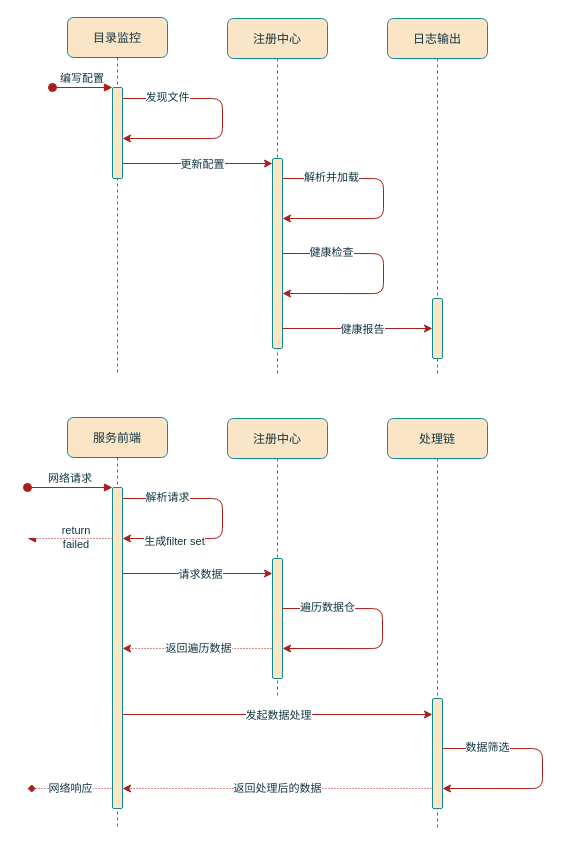
The draw.io diagram 统一数据源-业务序列图.drawio in SevDaisy/draw-io-lib, before the edit. Source tidied: cells renumbered, new cells numbered last; positions are measured from the earlier drawing's top-left corner, leaving out a move shared by most shapes. Both pictures are drawn from the tidied source at 100%, with x=0, y=0 at pixel (27, 17).
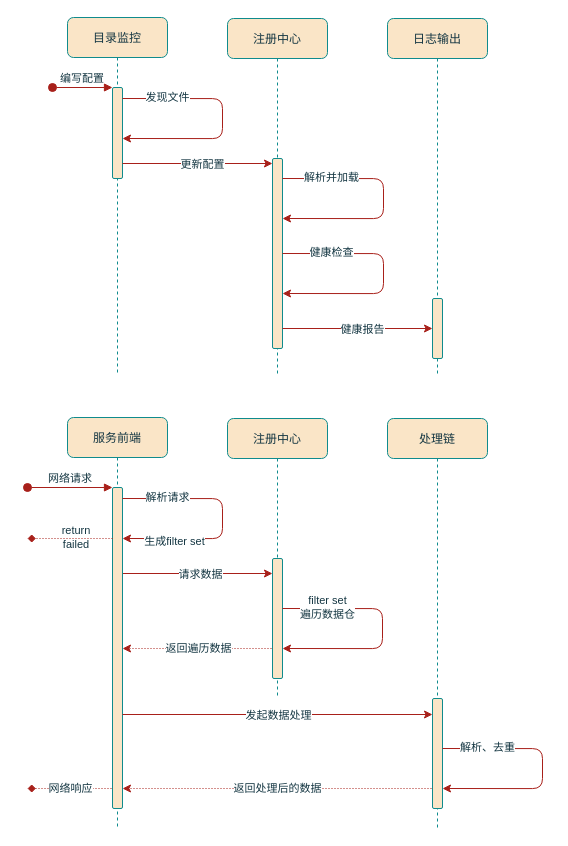
Above is the later version.

Commit message:
更新统一数据源-业务序列图.drawio

Unchanged cells that the change refers to:
```xml
<mxCell id="34" style="endArrow=classic;html=1;rounded=1;shadow=0;labelBackgroundColor=none;strokeColor=#A8201A;strokeWidth=1;fontFamily=Helvetica;fontSize=11;fontColor=#143642;endSize=6;shape=connector;exitX=0.995;exitY=0.052;exitDx=0;exitDy=0;exitPerimeter=0;" parent="1" edge="1">
  <mxGeometry relative="1" as="geometry">
    <mxPoint x="255" y="591" as="sourcePoint" />
    <mxPoint x="255" y="631" as="targetPoint" />
    <Array as="points">
      <mxPoint x="355" y="591.1" />
      <mxPoint x="355" y="631.1" />
    </Array>
  </mxGeometry>
</mxCell>
<mxCell id="40" style="endArrow=classic;html=1;rounded=1;shadow=0;labelBackgroundColor=none;strokeColor=#A8201A;strokeWidth=1;fontFamily=Helvetica;fontSize=11;fontColor=#143642;endSize=6;shape=connector;exitX=0.995;exitY=0.052;exitDx=0;exitDy=0;exitPerimeter=0;" parent="1" edge="1">
  <mxGeometry relative="1" as="geometry">
    <mxPoint x="415" y="731" as="sourcePoint" />
    <mxPoint x="415" y="771" as="targetPoint" />
    <Array as="points">
      <mxPoint x="515" y="731.1" />
      <mxPoint x="515" y="771.1" />
    </Array>
  </mxGeometry>
</mxCell>
```

Change to the diagram source:
```diff
@@
-    <mxCell id="31" style="group;" parent="1" vertex="1">
-      <mxGeometry y="505" width="85" height="30" as="geometry" />
-    </mxCell>
-    <mxCell id="32" style="endArrow=async;html=1;rounded=1;shadow=0;labelBackgroundColor=none;strokeColor=#A8201A;strokeWidth=1;fontFamily=Helvetica;fontSize=11;fontColor=#143642;endSize=6;shape=connector;entryX=-0.048;entryY=0.521;entryDx=0;entryDy=0;entryPerimeter=0;endFill=1;dashed=1;dashPattern=1 2;" parent="31" edge="1">
-      <mxGeometry relative="1" as="geometry">
-        <mxPoint x="85" y="16" as="sourcePoint" />
-        <mxPoint y="16" as="targetPoint" />
-      </mxGeometry>
-    </mxCell>
-    <mxCell id="33" value="return failed" style="text;html=1;strokeColor=none;fillColor=none;align=center;verticalAlign=middle;whiteSpace=wrap;rounded=0;fontFamily=Helvetica;fontSize=11;fontColor=#143642;" parent="31" vertex="1">
-      <mxGeometry x="19" width="60" height="30" as="geometry" />
-    </mxCell>
@@
-    <mxCell id="35" value="遍历数据仓" style="edgeLabel;html=1;align=center;verticalAlign=middle;fontSize=11;fontFamily=Helvetica;fontColor=#143642;" parent="34" vertex="1">
+    <mxCell id="35" value="filter set&lt;br&gt;遍历数据仓" style="edgeLabel;html=1;align=center;verticalAlign=middle;fontSize=11;fontFamily=Helvetica;fontColor=#143642;" parent="34" vertex="1">
       <mxGeometry x="-0.63" y="2" relative="1" as="geometry" />
     </mxCell>
@@
-    <mxCell id="41" value="数据筛选" style="edgeLabel;html=1;align=center;verticalAlign=middle;fontSize=11;fontFamily=Helvetica;fontColor=#143642;" parent="40" vertex="1">
+    <mxCell id="41" value="解析、去重" style="edgeLabel;html=1;align=center;verticalAlign=middle;fontSize=11;fontFamily=Helvetica;fontColor=#143642;" parent="40" vertex="1">
       <mxGeometry x="-0.63" y="2" relative="1" as="geometry" />
     </mxCell>
@@
+    <mxCell id="32" style="endArrow=diamond;html=1;rounded=1;shadow=0;labelBackgroundColor=none;strokeColor=#A8201A;strokeWidth=1;fontFamily=Helvetica;fontSize=11;fontColor=#143642;endSize=6;shape=connector;entryX=-0.048;entryY=0.521;entryDx=0;entryDy=0;entryPerimeter=0;endFill=1;dashed=1;dashPattern=1 2;" parent="1" edge="1">
+      <mxGeometry relative="1" as="geometry">
+        <mxPoint x="85" y="521" as="sourcePoint" />
+        <mxPoint y="521" as="targetPoint" />
+      </mxGeometry>
+    </mxCell>
+    <mxCell id="33" value="return failed" style="text;html=1;strokeColor=none;fillColor=none;align=center;verticalAlign=middle;whiteSpace=wrap;rounded=0;fontFamily=Helvetica;fontSize=11;fontColor=#143642;" parent="1" vertex="1">
+      <mxGeometry x="19" y="505" width="60" height="30" as="geometry" />
+    </mxCell>
```
